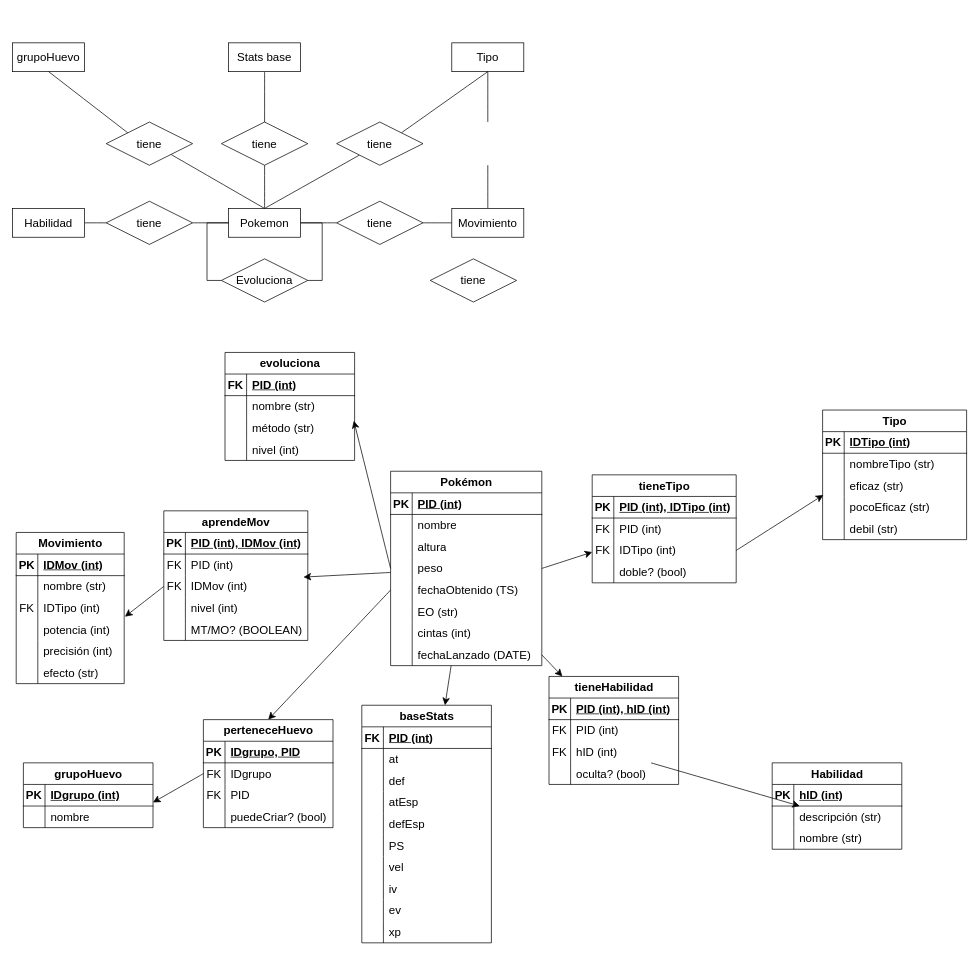
This is page "Page-1" (1 of 2) of pokemer.drawio from Francesdbz18/1DAM, a draw.io file, before an edit. Source tidied: cells renumbered, new cells numbered last; positions are measured from the earlier drawing's top-left corner, leaving out a move shared by most shapes. Both pictures are drawn from the tidied source at 72%, with x=0, y=0 at pixel (12, 42).
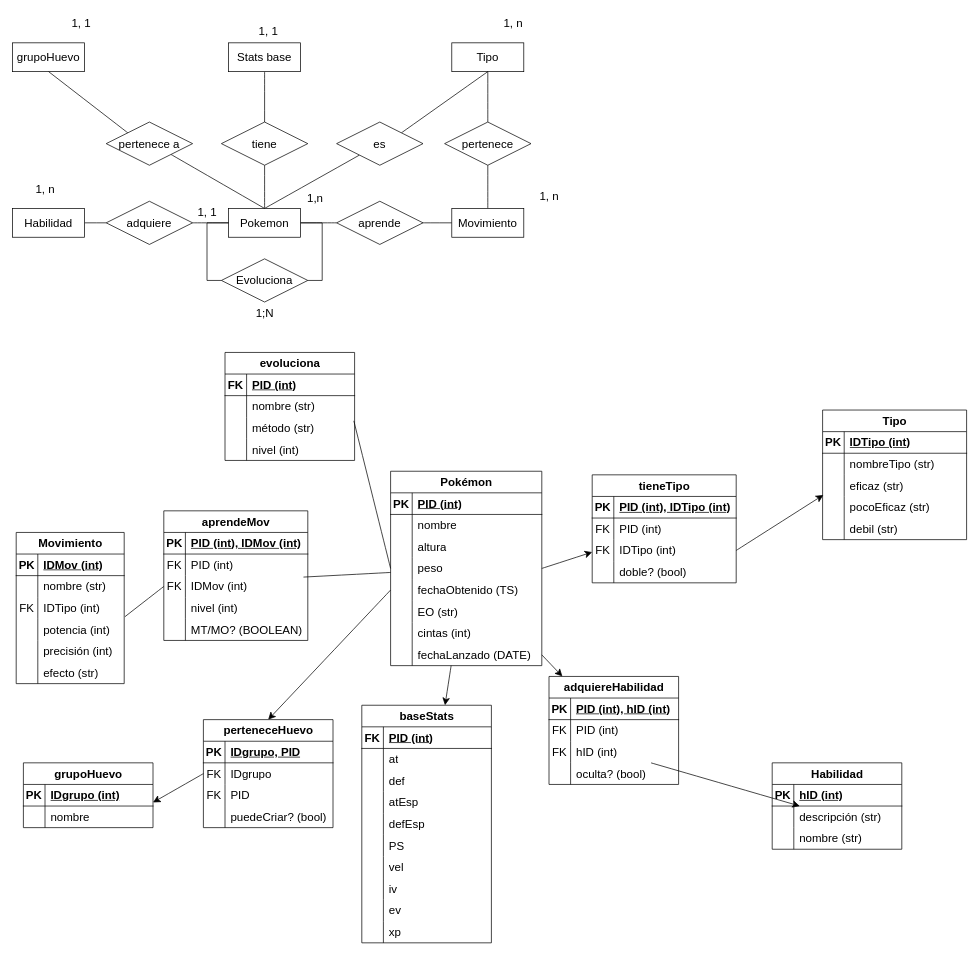
The same page after the edit.

The change refers to these unchanged cells:
```xml
<mxCell id="40" style="shape=tableRow;horizontal=0;startSize=0;swimlaneHead=0;swimlaneBody=0;fillColor=none;points=[[0,0.5],[1,0.5]];portConstraint=eastwest;top=0;left=0;right=0;bottom=0;fontSize=16;" parent="30" vertex="1">
  <mxGeometry y="120" width="210" height="30" as="geometry" />
</mxCell>
<mxCell id="94" style="shape=tableRow;horizontal=0;startSize=0;swimlaneHead=0;swimlaneBody=0;fillColor=none;points=[[0,0.5],[1,0.5]];portConstraint=eastwest;top=0;left=0;right=0;bottom=0;fontSize=16;" parent="84" vertex="1">
  <mxGeometry y="120" width="150" height="30" as="geometry" />
</mxCell>
<mxCell id="171" style="shape=tableRow;horizontal=0;startSize=0;swimlaneHead=0;swimlaneBody=0;fillColor=none;points=[[0,0.5],[1,0.5]];portConstraint=eastwest;top=0;left=0;right=0;bottom=0;fontSize=16;" parent="164" vertex="1">
  <mxGeometry y="90" width="200" height="30" as="geometry" />
</mxCell>
<mxCell id="205" style="shape=tableRow;horizontal=0;startSize=0;swimlaneHead=0;swimlaneBody=0;fillColor=none;points=[[0,0.5],[1,0.5]];portConstraint=eastwest;top=0;left=0;right=0;bottom=0;fontSize=16;" parent="201" vertex="1">
  <mxGeometry y="60" width="180" height="30" as="geometry" />
</mxCell>
```

Diff of the diagram source:
```diff
@@
-    <mxCell id="8" value="tiene" style="shape=rhombus;perimeter=rhombusPerimeter;whiteSpace=wrap;html=1;align=center;fontSize=16;" parent="1" vertex="1">
+    <mxCell id="8" value="aprende" style="shape=rhombus;perimeter=rhombusPerimeter;whiteSpace=wrap;html=1;align=center;fontSize=16;" parent="1" vertex="1">
       <mxGeometry x="450" y="220" width="120" height="60" as="geometry" />
     </mxCell>
@@
-    <mxCell id="20" value="tiene" style="shape=rhombus;perimeter=rhombusPerimeter;whiteSpace=wrap;html=1;align=center;fontSize=16;" parent="1" vertex="1">
-      <mxGeometry x="580" y="300" width="120" height="60" as="geometry" />
+    <mxCell id="20" value="pertenece" style="shape=rhombus;perimeter=rhombusPerimeter;whiteSpace=wrap;html=1;align=center;fontSize=16;" parent="1" vertex="1">
+      <mxGeometry x="600" y="110" width="120" height="60" as="geometry" />
     </mxCell>
@@
-    <mxCell id="22" value="tiene" style="shape=rhombus;perimeter=rhombusPerimeter;whiteSpace=wrap;html=1;align=center;fontSize=16;" parent="1" vertex="1">
+    <mxCell id="22" value="es" style="shape=rhombus;perimeter=rhombusPerimeter;whiteSpace=wrap;html=1;align=center;fontSize=16;" parent="1" vertex="1">
       <mxGeometry x="450" y="110" width="120" height="60" as="geometry" />
     </mxCell>
@@
-    <mxCell id="25" value="tiene" style="shape=rhombus;perimeter=rhombusPerimeter;whiteSpace=wrap;html=1;align=center;fontSize=16;" parent="1" vertex="1">
+    <mxCell id="25" value="adquiere" style="shape=rhombus;perimeter=rhombusPerimeter;whiteSpace=wrap;html=1;align=center;fontSize=16;" parent="1" vertex="1">
       <mxGeometry x="130" y="220" width="120" height="60" as="geometry" />
     </mxCell>
@@
-    <mxCell id="28" value="tiene" style="shape=rhombus;perimeter=rhombusPerimeter;whiteSpace=wrap;html=1;align=center;fontSize=16;" parent="1" vertex="1">
+    <mxCell id="28" value="pertenece a" style="shape=rhombus;perimeter=rhombusPerimeter;whiteSpace=wrap;html=1;align=center;fontSize=16;" parent="1" vertex="1">
       <mxGeometry x="130" y="110" width="120" height="60" as="geometry" />
     </mxCell>
@@
-    <mxCell id="113" value="tieneHabilidad" style="shape=table;startSize=30;childLayout=tableLayout;rowLines=0;fontStyle=1;align=center;html=1;fontSize=16;" parent="1" vertex="1">
+    <mxCell id="113" value="adquiereHabilidad" style="shape=table;startSize=30;childLayout=tableLayout;rowLines=0;fontStyle=1;align=center;html=1;fontSize=16;" parent="1" vertex="1">
       <mxGeometry x="745" y="880" width="180" height="150" as="geometry" />
     </mxCell>
@@
-    <mxCell id="184" style="edgeStyle=none;curved=1;rounded=0;jettySize=auto;html=1;entryX=0.97;entryY=0.067;entryDx=0;entryDy=0;entryPerimeter=0;fontSize=12;startSize=8;endSize=8;" parent="1" edge="1" source="40" target="171">
+    <mxCell id="184" style="edgeStyle=none;curved=1;rounded=0;jettySize=auto;html=1;entryX=0.97;entryY=0.067;entryDx=0;entryDy=0;entryPerimeter=0;fontSize=12;startSize=8;endSize=8;endArrow=none;endFill=0;" parent="1" edge="1" source="40" target="171">
       <mxGeometry relative="1" as="geometry" />
     </mxCell>
@@
-    <mxCell id="186" style="edgeStyle=none;curved=1;rounded=0;jettySize=auto;html=1;exitX=0;exitY=0.5;exitDx=0;exitDy=0;entryX=1.007;entryY=-0.1;entryDx=0;entryDy=0;entryPerimeter=0;fontSize=12;startSize=8;endSize=8;" parent="1" edge="1" source="171" target="94">
+    <mxCell id="186" style="edgeStyle=none;curved=1;rounded=0;jettySize=auto;html=1;exitX=0;exitY=0.5;exitDx=0;exitDy=0;entryX=1.007;entryY=-0.1;entryDx=0;entryDy=0;entryPerimeter=0;fontSize=12;startSize=8;endSize=8;endArrow=none;endFill=0;" parent="1" edge="1" source="171" target="94">
       <mxGeometry relative="1" as="geometry" />
     </mxCell>
@@
-    <mxCell id="214" style="edgeStyle=none;curved=1;rounded=0;jettySize=auto;html=1;exitX=0;exitY=0.5;exitDx=0;exitDy=0;entryX=0.994;entryY=1.167;entryDx=0;entryDy=0;entryPerimeter=0;fontSize=12;startSize=8;endSize=8;" parent="1" edge="1" source="40" target="205">
+    <mxCell id="214" style="edgeStyle=none;curved=1;rounded=0;jettySize=auto;html=1;exitX=0;exitY=0.5;exitDx=0;exitDy=0;entryX=0.994;entryY=1.167;entryDx=0;entryDy=0;entryPerimeter=0;fontSize=12;startSize=8;endSize=8;endArrow=none;endFill=0;" parent="1" edge="1" source="40" target="205">
       <mxGeometry relative="1" as="geometry" />
     </mxCell>
+    <mxCell id="215" value="1,n" style="text;html=1;align=center;verticalAlign=middle;strokeColor=none;fillColor=none;fontSize=16;" parent="1" vertex="1">
+      <mxGeometry x="395" y="200" width="50" height="30" as="geometry" />
+    </mxCell>
+    <mxCell id="216" value="1, n" style="text;html=1;align=center;verticalAlign=middle;strokeColor=none;fillColor=none;fontSize=16;" parent="1" vertex="1">
+      <mxGeometry x="670" y="-42" width="50" height="30" as="geometry" />
+    </mxCell>
+    <mxCell id="217" value="1, 1" style="text;html=1;align=center;verticalAlign=middle;strokeColor=none;fillColor=none;fontSize=16;" parent="1" vertex="1">
+      <mxGeometry x="330" y="-32" width="50" height="30" as="geometry" />
+    </mxCell>
+    <mxCell id="218" value="1, 1" style="text;html=1;align=center;verticalAlign=middle;strokeColor=none;fillColor=none;fontSize=16;" parent="1" vertex="1">
+      <mxGeometry x="70" y="-42" width="50" height="30" as="geometry" />
+    </mxCell>
+    <mxCell id="219" value="1, n" style="text;html=1;align=center;verticalAlign=middle;strokeColor=none;fillColor=none;fontSize=16;" parent="1" vertex="1">
+      <mxGeometry x="20" y="188" width="50" height="30" as="geometry" />
+    </mxCell>
+    <mxCell id="220" value="1, n" style="text;html=1;align=center;verticalAlign=middle;strokeColor=none;fillColor=none;fontSize=16;" parent="1" vertex="1">
+      <mxGeometry x="720" y="198" width="50" height="30" as="geometry" />
+    </mxCell>
+    <mxCell id="221" value="1, 1" style="text;html=1;align=center;verticalAlign=middle;strokeColor=none;fillColor=none;fontSize=16;" parent="1" vertex="1">
+      <mxGeometry x="245" y="220" width="50" height="30" as="geometry" />
+    </mxCell>
+    <mxCell id="222" value="1;N" style="text;html=1;align=center;verticalAlign=middle;strokeColor=none;fillColor=none;fontSize=16;" parent="1" vertex="1">
+      <mxGeometry x="325" y="360" width="50" height="30" as="geometry" />
+    </mxCell>
```
